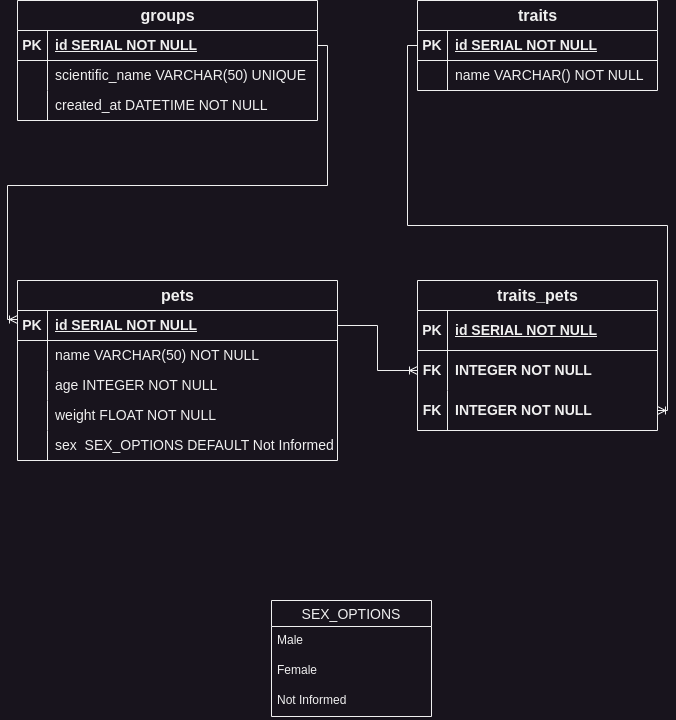
Earlier version of the draw.io export DER.png (mk-nascimento/kenzie-m5_sp3-pet_kare). Source tidied: cells renumbered, new cells last; positions are measured from the earlier drawing's top-left corner, leaving out a move shared by most shapes. Its diagram source:
```xml
<mxGraphModel>
  <root>
    <mxCell id="0" />
    <mxCell id="1" parent="0" />
    <mxCell id="2" value="&lt;font style=&quot;font-size: 16px;&quot;&gt;groups&lt;/font&gt;" style="shape=table;startSize=30;rowLines=0;fontStyle=1;align=center;html=1;fontSize=14;" parent="1" vertex="1">
      <mxGeometry width="300" height="120" as="geometry" />
    </mxCell>
    <mxCell id="3" style="shape=tableRow;horizontal=0;startSize=0;swimlaneHead=0;swimlaneBody=0;fillColor=none;points=[[0,0.5],[1,0.5]];portConstraint=eastwest;top=0;left=0;right=0;bottom=1;fontSize=14;" parent="2" vertex="1">
      <mxGeometry y="30" width="300" height="30" as="geometry" />
    </mxCell>
    <mxCell id="4" value="PK" style="shape=partialRectangle;fillColor=none;top=0;left=0;bottom=0;right=0;fontStyle=1;overflow=hidden;whiteSpace=wrap;html=1;fontSize=14;" parent="3" vertex="1">
      <mxGeometry width="30" height="30" as="geometry" />
    </mxCell>
    <mxCell id="5" value="id SERIAL NOT NULL" style="shape=partialRectangle;fillColor=none;top=0;left=0;bottom=0;right=0;align=left;spacingLeft=6;fontStyle=5;overflow=hidden;whiteSpace=wrap;html=1;fontSize=14;" parent="3" vertex="1">
      <mxGeometry x="30" width="270" height="30" as="geometry" />
    </mxCell>
    <mxCell id="6" style="shape=tableRow;horizontal=0;startSize=0;swimlaneHead=0;swimlaneBody=0;fillColor=none;top=0;left=0;right=0;bottom=0;fontSize=14;" parent="2" vertex="1">
      <mxGeometry y="60" width="300" height="30" as="geometry" />
    </mxCell>
    <mxCell id="7" style="shape=partialRectangle;fillColor=none;top=0;left=0;bottom=0;right=0;overflow=hidden;whiteSpace=wrap;html=1;fontSize=14;" parent="6" vertex="1">
      <mxGeometry width="30" height="30" as="geometry" />
    </mxCell>
    <mxCell id="8" value="&lt;span style=&quot;font-size: 14px;&quot;&gt;scientific_name VARCHAR(50) UNIQUE&lt;/span&gt;" style="shape=partialRectangle;fillColor=none;top=0;left=0;bottom=0;right=0;align=left;spacingLeft=6;overflow=hidden;whiteSpace=wrap;html=1;fontSize=14;" parent="6" vertex="1">
      <mxGeometry x="30" width="270" height="30" as="geometry" />
    </mxCell>
    <mxCell id="9" style="shape=tableRow;horizontal=0;startSize=0;swimlaneHead=0;swimlaneBody=0;fillColor=none;top=0;left=0;right=0;bottom=0;fontSize=14;" parent="2" vertex="1">
      <mxGeometry y="90" width="300" height="30" as="geometry" />
    </mxCell>
    <mxCell id="10" style="shape=partialRectangle;fillColor=none;top=0;left=0;bottom=0;right=0;overflow=hidden;whiteSpace=wrap;html=1;fontSize=14;" parent="9" vertex="1">
      <mxGeometry width="30" height="30" as="geometry" />
    </mxCell>
    <mxCell id="11" value="created_at DATETIME NOT NULL" style="shape=partialRectangle;fillColor=none;top=0;left=0;bottom=0;right=0;align=left;spacingLeft=6;overflow=hidden;whiteSpace=wrap;html=1;fontSize=14;" parent="9" vertex="1">
      <mxGeometry x="30" width="270" height="30" as="geometry" />
    </mxCell>
    <mxCell id="12" value="&lt;font style=&quot;font-size: 16px;&quot;&gt;pets&lt;/font&gt;" style="shape=table;startSize=30;rowLines=0;fontStyle=1;align=center;html=1;fontSize=14;" parent="1" vertex="1">
      <mxGeometry y="280" width="320" height="180" as="geometry" />
    </mxCell>
    <mxCell id="13" style="shape=tableRow;horizontal=0;startSize=0;swimlaneHead=0;swimlaneBody=0;fillColor=none;points=[[0,0.5],[1,0.5]];portConstraint=eastwest;top=0;left=0;right=0;bottom=1;fontSize=14;" parent="12" vertex="1">
      <mxGeometry y="30" width="320" height="30" as="geometry" />
    </mxCell>
    <mxCell id="14" value="PK" style="shape=partialRectangle;fillColor=none;top=0;left=0;bottom=0;right=0;fontStyle=1;overflow=hidden;whiteSpace=wrap;html=1;fontSize=14;" parent="13" vertex="1">
      <mxGeometry width="30" height="30" as="geometry" />
    </mxCell>
    <mxCell id="15" value="id SERIAL NOT NULL" style="shape=partialRectangle;fillColor=none;top=0;left=0;bottom=0;right=0;align=left;spacingLeft=6;fontStyle=5;overflow=hidden;whiteSpace=wrap;html=1;fontSize=14;" parent="13" vertex="1">
      <mxGeometry x="30" width="290" height="30" as="geometry" />
    </mxCell>
    <mxCell id="16" style="shape=tableRow;horizontal=0;startSize=0;swimlaneHead=0;swimlaneBody=0;fillColor=none;top=0;left=0;right=0;bottom=0;fontSize=14;" parent="12" vertex="1">
      <mxGeometry y="60" width="320" height="30" as="geometry" />
    </mxCell>
    <mxCell id="17" style="shape=partialRectangle;fillColor=none;top=0;left=0;bottom=0;right=0;overflow=hidden;whiteSpace=wrap;html=1;fontSize=14;" parent="16" vertex="1">
      <mxGeometry width="30" height="30" as="geometry" />
    </mxCell>
    <mxCell id="18" value="name VARCHAR(50) NOT NULL" style="shape=partialRectangle;fillColor=none;top=0;left=0;bottom=0;right=0;align=left;spacingLeft=6;overflow=hidden;whiteSpace=wrap;html=1;fontSize=14;" parent="16" vertex="1">
      <mxGeometry x="30" width="290" height="30" as="geometry" />
    </mxCell>
    <mxCell id="19" style="shape=tableRow;horizontal=0;startSize=0;swimlaneHead=0;swimlaneBody=0;fillColor=none;top=0;left=0;right=0;bottom=0;fontSize=14;" parent="12" vertex="1">
      <mxGeometry y="90" width="320" height="30" as="geometry" />
    </mxCell>
    <mxCell id="20" style="shape=partialRectangle;fillColor=none;top=0;left=0;bottom=0;right=0;overflow=hidden;whiteSpace=wrap;html=1;fontSize=14;" parent="19" vertex="1">
      <mxGeometry width="30" height="30" as="geometry" />
    </mxCell>
    <mxCell id="21" value="age INTEGER NOT NULL" style="shape=partialRectangle;fillColor=none;top=0;left=0;bottom=0;right=0;align=left;spacingLeft=6;overflow=hidden;whiteSpace=wrap;html=1;fontSize=14;" parent="19" vertex="1">
      <mxGeometry x="30" width="290" height="30" as="geometry" />
    </mxCell>
    <mxCell id="22" style="shape=tableRow;horizontal=0;startSize=0;swimlaneHead=0;swimlaneBody=0;fillColor=none;top=0;left=0;right=0;bottom=0;fontSize=14;" parent="12" vertex="1">
      <mxGeometry y="120" width="320" height="30" as="geometry" />
    </mxCell>
    <mxCell id="23" style="shape=partialRectangle;fillColor=none;top=0;left=0;bottom=0;right=0;overflow=hidden;whiteSpace=wrap;html=1;fontSize=14;" parent="22" vertex="1">
      <mxGeometry width="30" height="30" as="geometry" />
    </mxCell>
    <mxCell id="24" value="weight FLOAT NOT NULL" style="shape=partialRectangle;fillColor=none;top=0;left=0;bottom=0;right=0;align=left;spacingLeft=6;overflow=hidden;whiteSpace=wrap;html=1;fontSize=14;" parent="22" vertex="1">
      <mxGeometry x="30" width="290" height="30" as="geometry" />
    </mxCell>
    <mxCell id="25" style="shape=tableRow;horizontal=0;startSize=0;swimlaneHead=0;swimlaneBody=0;fillColor=none;top=0;left=0;right=0;bottom=0;fontSize=14;" parent="12" vertex="1">
      <mxGeometry y="150" width="320" height="30" as="geometry" />
    </mxCell>
    <mxCell id="26" style="shape=partialRectangle;fillColor=none;top=0;left=0;bottom=0;right=0;overflow=hidden;whiteSpace=wrap;html=1;fontSize=14;" parent="25" vertex="1">
      <mxGeometry width="30" height="30" as="geometry" />
    </mxCell>
    <mxCell id="27" value="sex&amp;nbsp; SEX_OPTIONS DEFAULT Not Informed" style="shape=partialRectangle;fillColor=none;top=0;left=0;bottom=0;right=0;align=left;spacingLeft=6;overflow=hidden;whiteSpace=wrap;html=1;fontSize=14;" parent="25" vertex="1">
      <mxGeometry x="30" width="290" height="30" as="geometry" />
    </mxCell>
    <mxCell id="28" value="&lt;font style=&quot;font-size: 16px;&quot;&gt;traits&lt;/font&gt;" style="shape=table;startSize=30;rowLines=0;fontStyle=1;align=center;html=1;fontSize=14;" parent="1" vertex="1">
      <mxGeometry x="400" width="240" height="90" as="geometry" />
    </mxCell>
    <mxCell id="29" style="shape=tableRow;horizontal=0;startSize=0;swimlaneHead=0;swimlaneBody=0;fillColor=none;points=[[0,0.5],[1,0.5]];portConstraint=eastwest;top=0;left=0;right=0;bottom=1;fontSize=14;" parent="28" vertex="1">
      <mxGeometry y="30" width="240" height="30" as="geometry" />
    </mxCell>
    <mxCell id="30" value="PK" style="shape=partialRectangle;fillColor=none;top=0;left=0;bottom=0;right=0;fontStyle=1;overflow=hidden;whiteSpace=wrap;html=1;fontSize=14;" parent="29" vertex="1">
      <mxGeometry width="30" height="30" as="geometry" />
    </mxCell>
    <mxCell id="31" value="id SERIAL NOT NULL" style="shape=partialRectangle;fillColor=none;top=0;left=0;bottom=0;right=0;align=left;spacingLeft=6;fontStyle=5;overflow=hidden;whiteSpace=wrap;html=1;fontSize=14;" parent="29" vertex="1">
      <mxGeometry x="30" width="210" height="30" as="geometry" />
    </mxCell>
    <mxCell id="32" style="shape=tableRow;horizontal=0;startSize=0;swimlaneHead=0;swimlaneBody=0;fillColor=none;top=0;left=0;right=0;bottom=0;fontSize=14;" parent="28" vertex="1">
      <mxGeometry y="60" width="240" height="30" as="geometry" />
    </mxCell>
    <mxCell id="33" style="shape=partialRectangle;fillColor=none;top=0;left=0;bottom=0;right=0;overflow=hidden;whiteSpace=wrap;html=1;fontSize=14;" parent="32" vertex="1">
      <mxGeometry width="30" height="30" as="geometry" />
    </mxCell>
    <mxCell id="34" value="name VARCHAR() NOT NULL" style="shape=partialRectangle;fillColor=none;top=0;left=0;bottom=0;right=0;align=left;spacingLeft=6;overflow=hidden;whiteSpace=wrap;html=1;fontSize=14;" parent="32" vertex="1">
      <mxGeometry x="30" width="210" height="30" as="geometry" />
    </mxCell>
    <mxCell id="35" style="edgeStyle=orthogonalEdgeStyle;fontSize=14;html=1;endArrow=ERoneToMany;rounded=0;entryX=0;entryY=0.3;entryDx=0;entryDy=0;entryPerimeter=0;" parent="1" edge="1" source="3" target="13">
      <mxGeometry relative="1" as="geometry" />
    </mxCell>
    <mxCell id="36" value="&lt;font style=&quot;font-size: 16px;&quot;&gt;traits_pets&lt;br&gt;&lt;/font&gt;" style="shape=table;startSize=30;rowLines=0;fontStyle=1;align=center;html=1;fontSize=14;" parent="1" vertex="1">
      <mxGeometry x="400" y="280" width="240" height="150" as="geometry" />
    </mxCell>
    <mxCell id="37" style="shape=tableRow;horizontal=0;startSize=0;swimlaneHead=0;swimlaneBody=0;fillColor=none;top=0;left=0;right=0;bottom=1;fontSize=14;" parent="36" vertex="1">
      <mxGeometry y="30" width="240" height="40" as="geometry" />
    </mxCell>
    <mxCell id="38" value="PK" style="shape=partialRectangle;fillColor=none;top=0;left=0;bottom=0;right=0;fontStyle=1;overflow=hidden;whiteSpace=wrap;html=1;fontSize=14;" parent="37" vertex="1">
      <mxGeometry width="30" height="40" as="geometry" />
    </mxCell>
    <mxCell id="39" value="id SERIAL NOT NULL" style="shape=partialRectangle;fillColor=none;top=0;left=0;bottom=0;right=0;align=left;spacingLeft=6;fontStyle=5;overflow=hidden;whiteSpace=wrap;html=1;fontSize=14;" parent="37" vertex="1">
      <mxGeometry x="30" width="210" height="40" as="geometry" />
    </mxCell>
    <mxCell id="40" style="shape=tableRow;horizontal=0;startSize=0;swimlaneHead=0;swimlaneBody=0;fillColor=none;points=[[0,0.5],[1,0.5]];portConstraint=eastwest;top=0;left=0;right=0;bottom=0;fontSize=14;" parent="36" vertex="1">
      <mxGeometry y="70" width="240" height="40" as="geometry" />
    </mxCell>
    <mxCell id="41" value="&lt;b&gt;FK&lt;/b&gt;" style="shape=partialRectangle;fillColor=none;top=0;left=0;bottom=0;right=0;overflow=hidden;whiteSpace=wrap;html=1;fontSize=14;" parent="40" vertex="1">
      <mxGeometry width="30" height="40" as="geometry" />
    </mxCell>
    <mxCell id="42" value="&lt;b&gt;INTEGER NOT NULL&lt;/b&gt;" style="shape=partialRectangle;fillColor=none;top=0;left=0;bottom=0;right=0;align=left;spacingLeft=6;overflow=hidden;whiteSpace=wrap;html=1;fontSize=14;" parent="40" vertex="1">
      <mxGeometry x="30" width="210" height="40" as="geometry" />
    </mxCell>
    <mxCell id="43" style="shape=tableRow;horizontal=0;startSize=0;swimlaneHead=0;swimlaneBody=0;fillColor=none;points=[[0,0.5],[1,0.5]];portConstraint=eastwest;top=0;left=0;right=0;bottom=0;fontSize=14;fontStyle=1;" parent="36" vertex="1">
      <mxGeometry y="110" width="240" height="40" as="geometry" />
    </mxCell>
    <mxCell id="44" value="&lt;b&gt;FK&lt;/b&gt;" style="shape=partialRectangle;fillColor=none;top=0;left=0;bottom=0;right=0;overflow=hidden;whiteSpace=wrap;html=1;fontSize=14;" parent="43" vertex="1">
      <mxGeometry width="30" height="40" as="geometry" />
    </mxCell>
    <mxCell id="45" value="&lt;b&gt;INTEGER NOT NULL&lt;/b&gt;" style="shape=partialRectangle;fillColor=none;top=0;left=0;bottom=0;right=0;align=left;spacingLeft=6;overflow=hidden;whiteSpace=wrap;html=1;fontSize=14;" parent="43" vertex="1">
      <mxGeometry x="30" width="210" height="40" as="geometry" />
    </mxCell>
    <mxCell id="46" style="edgeStyle=orthogonalEdgeStyle;fontSize=12;html=1;endArrow=ERoneToMany;rounded=0;" parent="1" edge="1" source="29" target="43">
      <mxGeometry relative="1" as="geometry" />
    </mxCell>
    <mxCell id="47" style="edgeStyle=orthogonalEdgeStyle;fontSize=12;html=1;endArrow=ERoneToMany;rounded=0;" parent="1" edge="1" source="13" target="40">
      <mxGeometry relative="1" as="geometry" />
    </mxCell>
    <mxCell id="48" value="SEX_OPTIONS" style="swimlane;fontStyle=0;horizontal=1;startSize=26;align=center;fontSize=14;" parent="1" vertex="1">
      <mxGeometry x="254" y="600" width="160" height="116" as="geometry" />
    </mxCell>
    <mxCell id="49" value="Male" style="text;strokeColor=none;fillColor=none;spacingLeft=4;spacingRight=4;overflow=hidden;fontSize=12;whiteSpace=wrap;html=1;" parent="48" vertex="1">
      <mxGeometry y="26" width="160" height="30" as="geometry" />
    </mxCell>
    <mxCell id="50" value="Female" style="text;strokeColor=none;fillColor=none;spacingLeft=4;spacingRight=4;overflow=hidden;fontSize=12;whiteSpace=wrap;html=1;" parent="48" vertex="1">
      <mxGeometry y="56" width="160" height="30" as="geometry" />
    </mxCell>
    <mxCell id="51" value="Not Informed" style="text;strokeColor=none;fillColor=none;spacingLeft=4;spacingRight=4;overflow=hidden;fontSize=12;whiteSpace=wrap;html=1;" parent="48" vertex="1">
      <mxGeometry y="86" width="160" height="30" as="geometry" />
    </mxCell>
  </root>
</mxGraphModel>
```
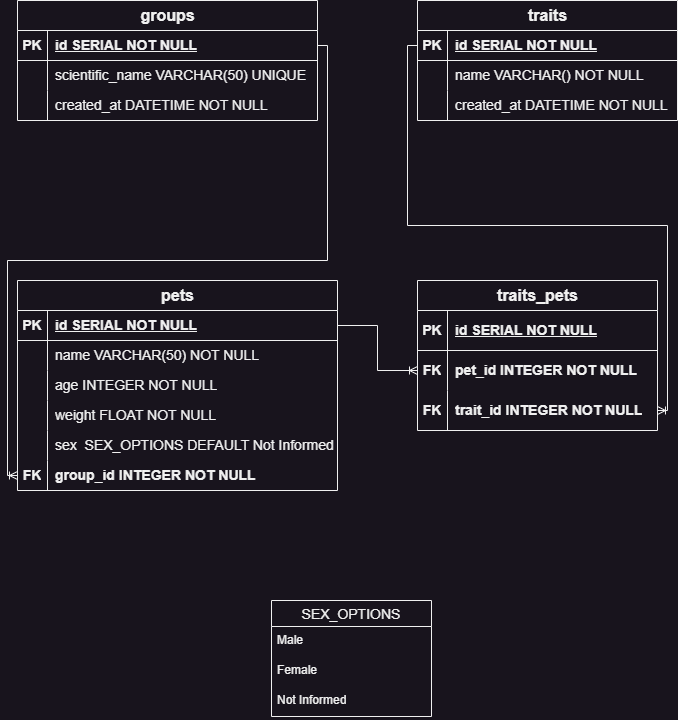
The same file after the commit.

The edit, as a diff of the source:
```diff
@@ -33,7 +33,7 @@
       <mxGeometry x="30" width="270" height="30" as="geometry" />
     </mxCell>
     <mxCell id="12" value="&lt;font style=&quot;font-size: 16px;&quot;&gt;pets&lt;/font&gt;" style="shape=table;startSize=30;rowLines=0;fontStyle=1;align=center;html=1;fontSize=14;" parent="1" vertex="1">
-      <mxGeometry y="280" width="320" height="180" as="geometry" />
+      <mxGeometry y="280" width="320" height="210" as="geometry" />
     </mxCell>
     <mxCell id="13" style="shape=tableRow;horizontal=0;startSize=0;swimlaneHead=0;swimlaneBody=0;fillColor=none;points=[[0,0.5],[1,0.5]];portConstraint=eastwest;top=0;left=0;right=0;bottom=1;fontSize=14;" parent="12" vertex="1">
       <mxGeometry y="30" width="320" height="30" as="geometry" />
@@ -80,28 +80,46 @@
     <mxCell id="27" value="sex&amp;nbsp; SEX_OPTIONS DEFAULT Not Informed" style="shape=partialRectangle;fillColor=none;top=0;left=0;bottom=0;right=0;align=left;spacingLeft=6;overflow=hidden;whiteSpace=wrap;html=1;fontSize=14;" parent="25" vertex="1">
       <mxGeometry x="30" width="290" height="30" as="geometry" />
     </mxCell>
+    <mxCell id="52" style="shape=tableRow;horizontal=0;startSize=0;swimlaneHead=0;swimlaneBody=0;fillColor=none;points=[[0,0.5],[1,0.5]];portConstraint=eastwest;top=0;left=0;right=0;bottom=0;fontSize=14;" parent="12" vertex="1">
+      <mxGeometry y="180" width="320" height="30" as="geometry" />
+    </mxCell>
+    <mxCell id="53" value="&lt;b&gt;FK&lt;/b&gt;" style="shape=partialRectangle;fillColor=none;top=0;left=0;bottom=0;right=0;overflow=hidden;whiteSpace=wrap;html=1;fontSize=14;" parent="52" vertex="1">
+      <mxGeometry width="30" height="30" as="geometry" />
+    </mxCell>
+    <mxCell id="54" value="&lt;b&gt;group_id INTEGER NOT NULL&lt;/b&gt;" style="shape=partialRectangle;fillColor=none;top=0;left=0;bottom=0;right=0;align=left;spacingLeft=6;overflow=hidden;whiteSpace=wrap;html=1;fontSize=14;" parent="52" vertex="1">
+      <mxGeometry x="30" width="290" height="30" as="geometry" />
+    </mxCell>
     <mxCell id="28" value="&lt;font style=&quot;font-size: 16px;&quot;&gt;traits&lt;/font&gt;" style="shape=table;startSize=30;rowLines=0;fontStyle=1;align=center;html=1;fontSize=14;" parent="1" vertex="1">
-      <mxGeometry x="400" width="240" height="90" as="geometry" />
+      <mxGeometry x="400" width="260" height="120" as="geometry" />
     </mxCell>
     <mxCell id="29" style="shape=tableRow;horizontal=0;startSize=0;swimlaneHead=0;swimlaneBody=0;fillColor=none;points=[[0,0.5],[1,0.5]];portConstraint=eastwest;top=0;left=0;right=0;bottom=1;fontSize=14;" parent="28" vertex="1">
-      <mxGeometry y="30" width="240" height="30" as="geometry" />
+      <mxGeometry y="30" width="260" height="30" as="geometry" />
     </mxCell>
     <mxCell id="30" value="PK" style="shape=partialRectangle;fillColor=none;top=0;left=0;bottom=0;right=0;fontStyle=1;overflow=hidden;whiteSpace=wrap;html=1;fontSize=14;" parent="29" vertex="1">
       <mxGeometry width="30" height="30" as="geometry" />
     </mxCell>
     <mxCell id="31" value="id SERIAL NOT NULL" style="shape=partialRectangle;fillColor=none;top=0;left=0;bottom=0;right=0;align=left;spacingLeft=6;fontStyle=5;overflow=hidden;whiteSpace=wrap;html=1;fontSize=14;" parent="29" vertex="1">
-      <mxGeometry x="30" width="210" height="30" as="geometry" />
+      <mxGeometry x="30" width="230" height="30" as="geometry" />
     </mxCell>
     <mxCell id="32" style="shape=tableRow;horizontal=0;startSize=0;swimlaneHead=0;swimlaneBody=0;fillColor=none;top=0;left=0;right=0;bottom=0;fontSize=14;" parent="28" vertex="1">
-      <mxGeometry y="60" width="240" height="30" as="geometry" />
+      <mxGeometry y="60" width="260" height="30" as="geometry" />
     </mxCell>
     <mxCell id="33" style="shape=partialRectangle;fillColor=none;top=0;left=0;bottom=0;right=0;overflow=hidden;whiteSpace=wrap;html=1;fontSize=14;" parent="32" vertex="1">
       <mxGeometry width="30" height="30" as="geometry" />
     </mxCell>
     <mxCell id="34" value="name VARCHAR() NOT NULL" style="shape=partialRectangle;fillColor=none;top=0;left=0;bottom=0;right=0;align=left;spacingLeft=6;overflow=hidden;whiteSpace=wrap;html=1;fontSize=14;" parent="32" vertex="1">
-      <mxGeometry x="30" width="210" height="30" as="geometry" />
+      <mxGeometry x="30" width="230" height="30" as="geometry" />
     </mxCell>
+    <mxCell id="55" style="shape=tableRow;horizontal=0;startSize=0;swimlaneHead=0;swimlaneBody=0;fillColor=none;top=0;left=0;right=0;bottom=0;fontSize=14;" parent="28" vertex="1">
+      <mxGeometry y="90" width="260" height="30" as="geometry" />
+    </mxCell>
+    <mxCell id="56" style="shape=partialRectangle;fillColor=none;top=0;left=0;bottom=0;right=0;overflow=hidden;whiteSpace=wrap;html=1;fontSize=14;" parent="55" vertex="1">
+      <mxGeometry width="30" height="30" as="geometry" />
+    </mxCell>
+    <mxCell id="57" value="created_at DATETIME NOT NULL" style="shape=partialRectangle;fillColor=none;top=0;left=0;bottom=0;right=0;align=left;spacingLeft=6;overflow=hidden;whiteSpace=wrap;html=1;fontSize=14;" parent="55" vertex="1">
+      <mxGeometry x="30" width="230" height="30" as="geometry" />
+    </mxCell>
-    <mxCell id="35" style="edgeStyle=orthogonalEdgeStyle;fontSize=14;html=1;endArrow=ERoneToMany;rounded=0;entryX=0;entryY=0.3;entryDx=0;entryDy=0;entryPerimeter=0;" parent="1" edge="1" source="3" target="13">
+    <mxCell id="35" style="edgeStyle=orthogonalEdgeStyle;fontSize=14;html=1;endArrow=ERoneToMany;rounded=0;" parent="1" edge="1" source="3" target="52">
       <mxGeometry relative="1" as="geometry" />
     </mxCell>
     <mxCell id="36" value="&lt;font style=&quot;font-size: 16px;&quot;&gt;traits_pets&lt;br&gt;&lt;/font&gt;" style="shape=table;startSize=30;rowLines=0;fontStyle=1;align=center;html=1;fontSize=14;" parent="1" vertex="1">
@@ -122,7 +140,7 @@
     <mxCell id="41" value="&lt;b&gt;FK&lt;/b&gt;" style="shape=partialRectangle;fillColor=none;top=0;left=0;bottom=0;right=0;overflow=hidden;whiteSpace=wrap;html=1;fontSize=14;" parent="40" vertex="1">
       <mxGeometry width="30" height="40" as="geometry" />
     </mxCell>
-    <mxCell id="42" value="&lt;b&gt;INTEGER NOT NULL&lt;/b&gt;" style="shape=partialRectangle;fillColor=none;top=0;left=0;bottom=0;right=0;align=left;spacingLeft=6;overflow=hidden;whiteSpace=wrap;html=1;fontSize=14;" parent="40" vertex="1">
+    <mxCell id="42" value="&lt;b&gt;pet_id INTEGER NOT NULL&lt;/b&gt;" style="shape=partialRectangle;fillColor=none;top=0;left=0;bottom=0;right=0;align=left;spacingLeft=6;overflow=hidden;whiteSpace=wrap;html=1;fontSize=14;" parent="40" vertex="1">
       <mxGeometry x="30" width="210" height="40" as="geometry" />
     </mxCell>
     <mxCell id="43" style="shape=tableRow;horizontal=0;startSize=0;swimlaneHead=0;swimlaneBody=0;fillColor=none;points=[[0,0.5],[1,0.5]];portConstraint=eastwest;top=0;left=0;right=0;bottom=0;fontSize=14;fontStyle=1;" parent="36" vertex="1">
@@ -131,7 +149,7 @@
     <mxCell id="44" value="&lt;b&gt;FK&lt;/b&gt;" style="shape=partialRectangle;fillColor=none;top=0;left=0;bottom=0;right=0;overflow=hidden;whiteSpace=wrap;html=1;fontSize=14;" parent="43" vertex="1">
       <mxGeometry width="30" height="40" as="geometry" />
     </mxCell>
-    <mxCell id="45" value="&lt;b&gt;INTEGER NOT NULL&lt;/b&gt;" style="shape=partialRectangle;fillColor=none;top=0;left=0;bottom=0;right=0;align=left;spacingLeft=6;overflow=hidden;whiteSpace=wrap;html=1;fontSize=14;" parent="43" vertex="1">
+    <mxCell id="45" value="&lt;b&gt;trait_id INTEGER NOT NULL&lt;/b&gt;" style="shape=partialRectangle;fillColor=none;top=0;left=0;bottom=0;right=0;align=left;spacingLeft=6;overflow=hidden;whiteSpace=wrap;html=1;fontSize=14;" parent="43" vertex="1">
       <mxGeometry x="30" width="210" height="40" as="geometry" />
     </mxCell>
     <mxCell id="46" style="edgeStyle=orthogonalEdgeStyle;fontSize=12;html=1;endArrow=ERoneToMany;rounded=0;" parent="1" edge="1" source="29" target="43">
```
